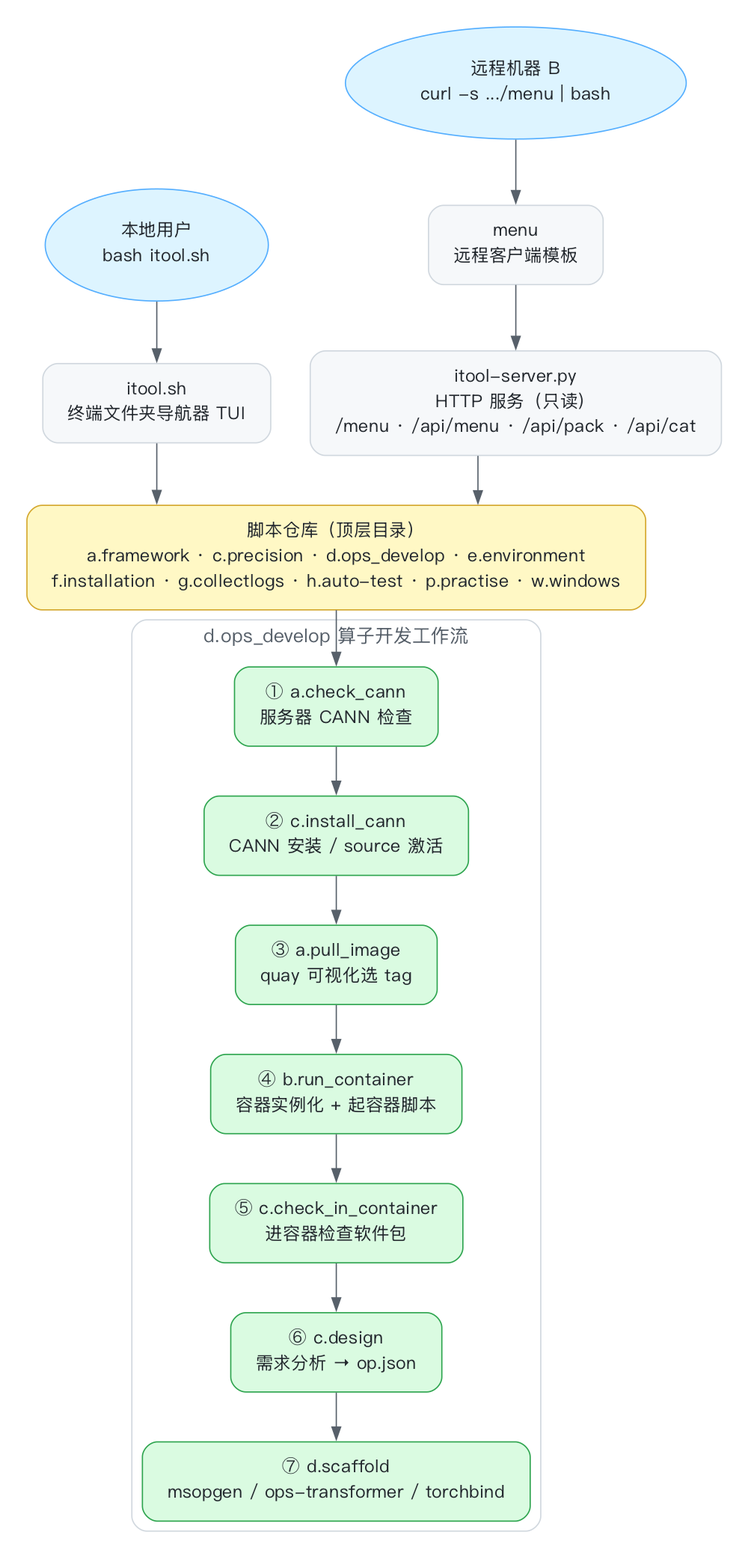
This is docs/itool-flow.png from qqiushizi/itool, a Graphviz export, as it was before one commit. Its source is kept beside it as docs/itool-flow.dot. Its diagram source:
```dot
digraph itool {
  graph [
    rankdir=TB
    splines=ortho
    bgcolor="#ffffff"
    fontname="PingFang SC"
    fontsize=16
    nodesep=0.45
    ranksep=0.55
    pad=0.3
  ];
  node [
    shape=box
    style="rounded,filled"
    fontname="PingFang SC"
    fontsize=14
    fontcolor="#24292f"
    color="#d0d7de"
    fillcolor="#f6f8fa"
    margin="0.28,0.16"
  ];
  edge [
    color="#57606a"
    fontname="PingFang SC"
    fontsize=12
  ];

  L [label="本地用户\nbash itool.sh", shape=ellipse, fillcolor="#ddf4ff", color="#54aeff"];
  T [label="itool.sh\n终端文件夹导航器 TUI"];
  R [label="远程机器 B\ncurl -s .../menu | bash", shape=ellipse, fillcolor="#ddf4ff", color="#54aeff"];
  C [label="menu\n远程客户端模板"];
  S [label="itool-server.py\nHTTP 服务（只读）\n/menu · /api/menu · /api/pack · /api/cat"];

  REPO [label="脚本仓库（顶层目录）\na.framework · c.precision · d.ops_develop · e.environment\nf.installation · g.collectlogs · h.auto-test · p.practise · w.windows", fillcolor="#fff8c5", color="#d4a72c"];

  subgraph cluster_ops {
    label="d.ops_develop 算子开发工作流";
    style="rounded,filled";
    color="#d0d7de";
    fillcolor="#ffffff";
    fontcolor="#57606a";
    fontsize=15;

    S1 [label="① a.check_cann\n服务器 CANN 检查", fillcolor="#dafbe1", color="#2da44e"];
    S2 [label="② c.install_cann\nCANN 安装 / source 激活", fillcolor="#dafbe1", color="#2da44e"];
    S3 [label="③ a.pull_image\nquay 可视化选 tag", fillcolor="#dafbe1", color="#2da44e"];
    S4 [label="④ b.run_container\n容器实例化 + 起容器脚本", fillcolor="#dafbe1", color="#2da44e"];
    S5 [label="⑤ c.check_in_container\n进容器检查软件包", fillcolor="#dafbe1", color="#2da44e"];
    S6 [label="⑥ c.design\n需求分析 → op.json", fillcolor="#dafbe1", color="#2da44e"];
    S7 [label="⑦ d.scaffold\nmsopgen / ops-transformer / torchbind", fillcolor="#dafbe1", color="#2da44e"];
  }

  L -> T;
  R -> C -> S;
  T -> REPO;
  S -> REPO;
  REPO -> S1;
  S1 -> S2 -> S3 -> S4 -> S5 -> S6 -> S7;
}
```
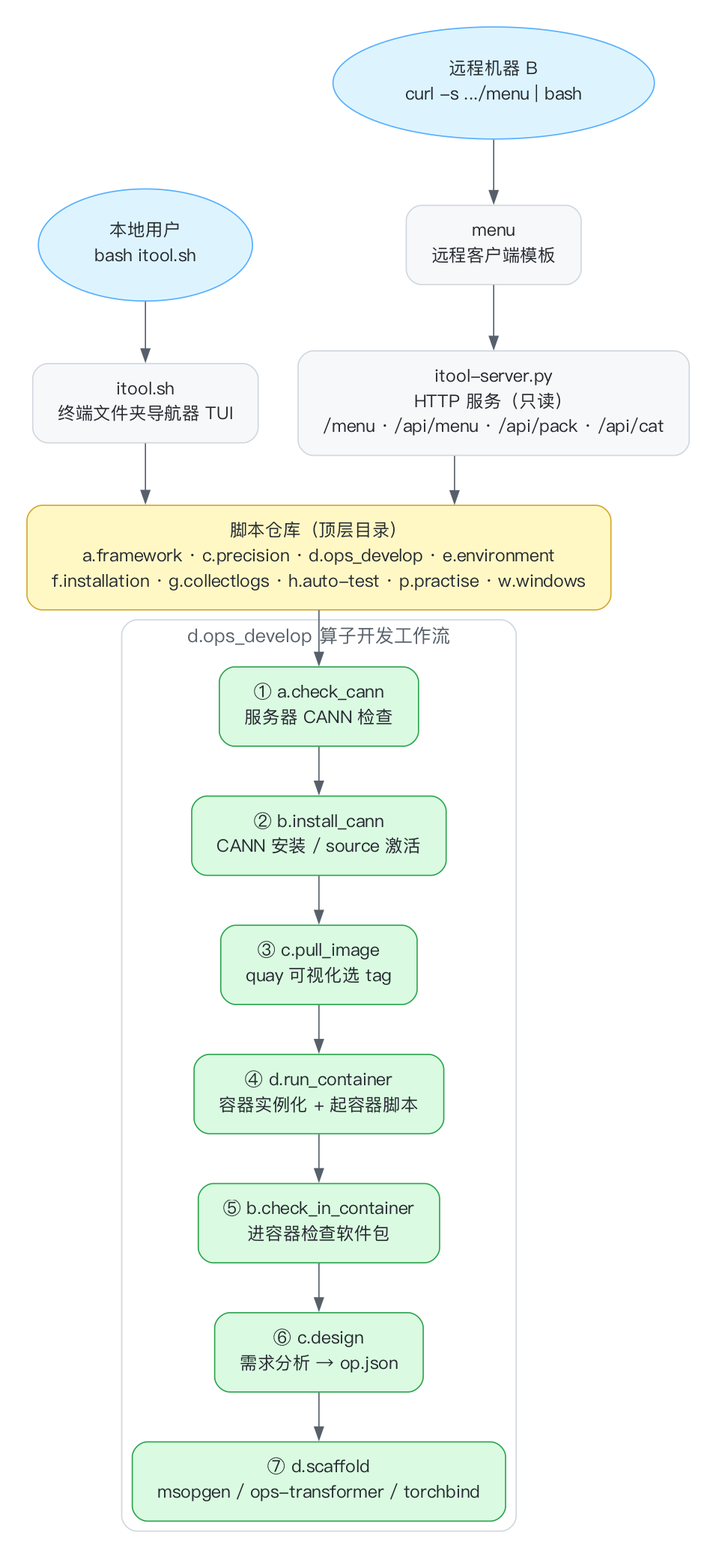
The same diagram one commit later.

Commit message:
refactor(ops_develop): 按功能重新分类 env_check / env_setup

What changed in the source:
```diff
@@ -42,10 +42,10 @@
     fontsize=15;
 
     S1 [label="① a.check_cann\n服务器 CANN 检查", fillcolor="#dafbe1", color="#2da44e"];
-    S2 [label="② c.install_cann\nCANN 安装 / source 激活", fillcolor="#dafbe1", color="#2da44e"];
-    S3 [label="③ a.pull_image\nquay 可视化选 tag", fillcolor="#dafbe1", color="#2da44e"];
-    S4 [label="④ b.run_container\n容器实例化 + 起容器脚本", fillcolor="#dafbe1", color="#2da44e"];
-    S5 [label="⑤ c.check_in_container\n进容器检查软件包", fillcolor="#dafbe1", color="#2da44e"];
+    S2 [label="② b.install_cann\nCANN 安装 / source 激活", fillcolor="#dafbe1", color="#2da44e"];
+    S3 [label="③ c.pull_image\nquay 可视化选 tag", fillcolor="#dafbe1", color="#2da44e"];
+    S4 [label="④ d.run_container\n容器实例化 + 起容器脚本", fillcolor="#dafbe1", color="#2da44e"];
+    S5 [label="⑤ b.check_in_container\n进容器检查软件包", fillcolor="#dafbe1", color="#2da44e"];
     S6 [label="⑥ c.design\n需求分析 → op.json", fillcolor="#dafbe1", color="#2da44e"];
     S7 [label="⑦ d.scaffold\nmsopgen / ops-transformer / torchbind", fillcolor="#dafbe1", color="#2da44e"];
   }
```
